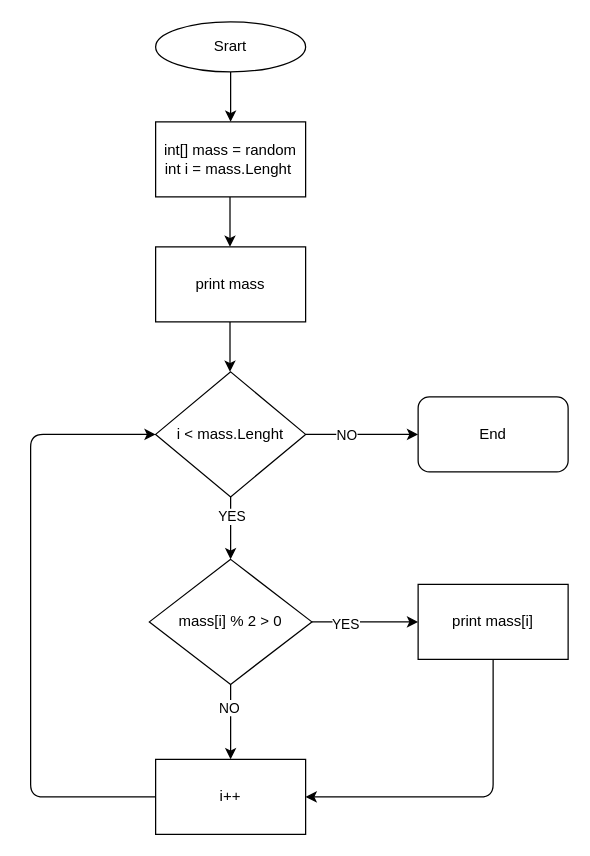
This is BlockDiagram.drawio from BentecMike/LastWorkInThisYear, a draw.io file, before an edit. Source tidied: cells renumbered, new cells numbered last; positions are measured from the earlier drawing's top-left corner, leaving out a move shared by most shapes. Both pictures are drawn from the tidied source at 125%, with x=0, y=0 at pixel (30, 21).
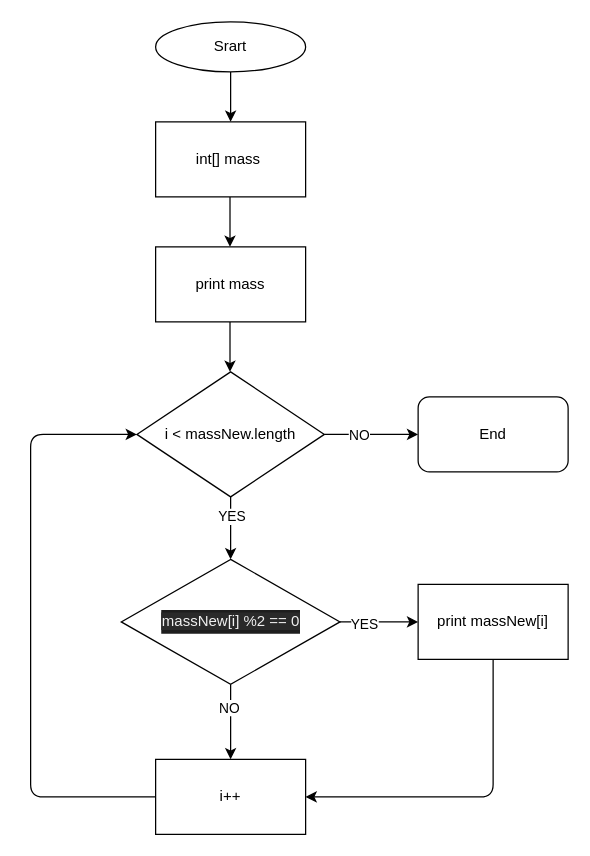
The same page after the edit.

Change to the diagram source:
```diff
@@
-    <mxCell id="4" value="int[] mass = random&lt;br&gt;int i = mass.Lenght&amp;nbsp;" style="rounded=0;whiteSpace=wrap;html=1;" parent="1" vertex="1">
+    <mxCell id="4" value="int[] mass&amp;nbsp;" style="rounded=0;whiteSpace=wrap;html=1;" parent="1" vertex="1">
       <mxGeometry x="100" y="80" width="120" height="60" as="geometry" />
     </mxCell>
-    <mxCell id="5" value="i &amp;lt; mass.Lenght" style="rhombus;whiteSpace=wrap;html=1;" parent="1" vertex="1">
-      <mxGeometry x="100" y="280" width="120" height="100" as="geometry" />
+    <mxCell id="5" value="i &amp;lt; massNew.length" style="rhombus;whiteSpace=wrap;html=1;" parent="1" vertex="1">
+      <mxGeometry x="85" y="280" width="150" height="100" as="geometry" />
     </mxCell>
@@
-    <mxCell id="14" value="mass[i] % 2 &amp;gt; 0" style="rhombus;whiteSpace=wrap;html=1;" parent="1" vertex="1">
-      <mxGeometry x="95" y="430" width="130" height="100" as="geometry" />
+    <mxCell id="14" value="&lt;div style=&quot;color: rgb(212 , 212 , 212) ; background-color: rgb(30 , 30 , 30) ; font-family: &amp;#34;consolas&amp;#34; , &amp;#34;courier new&amp;#34; , monospace ; font-size: 14px ; line-height: 19px&quot;&gt;&lt;span style=&quot;color: rgb(240 , 240 , 240) ; font-family: &amp;#34;helvetica&amp;#34; ; font-size: 12px ; background-color: rgb(42 , 42 , 42)&quot;&gt;massNew[i] %2 == 0&lt;/span&gt;&lt;br&gt;&lt;/div&gt;" style="rhombus;whiteSpace=wrap;html=1;" parent="1" vertex="1">
+      <mxGeometry x="72.5" y="430" width="175" height="100" as="geometry" />
     </mxCell>
@@
-    <mxCell id="17" value="print mass[i]" style="rounded=0;whiteSpace=wrap;html=1;" parent="1" vertex="1">
+    <mxCell id="17" value="print massNew[i]" style="rounded=0;whiteSpace=wrap;html=1;" parent="1" vertex="1">
       <mxGeometry x="310" y="450" width="120" height="60" as="geometry" />
     </mxCell>
```
